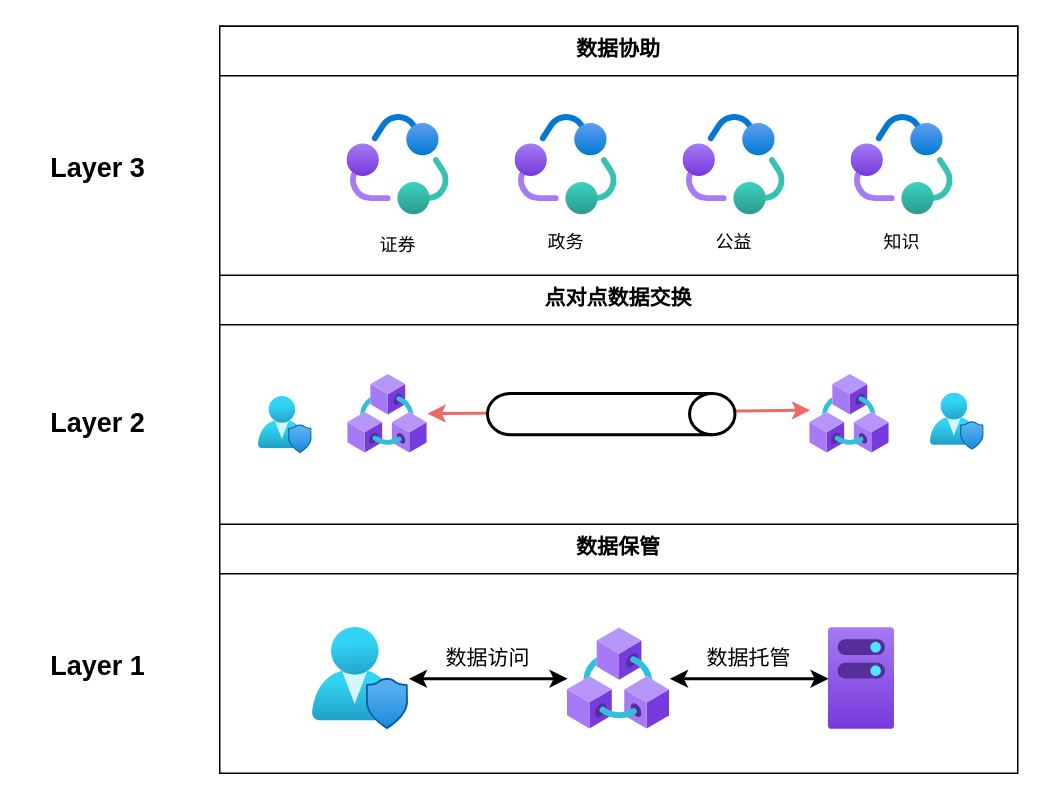
Above: page "分层" (2 of 8) of diagram/zFusion.drawio in bytehubplus/RFC (draw.io), before the change. Source tidied: cells renumbered, new cells numbered last; positions are measured from the earlier drawing's top-left corner, leaving out a move shared by most shapes. Both pictures are drawn from the tidied source at 150%, with x=0, y=0 at pixel (26, 26).
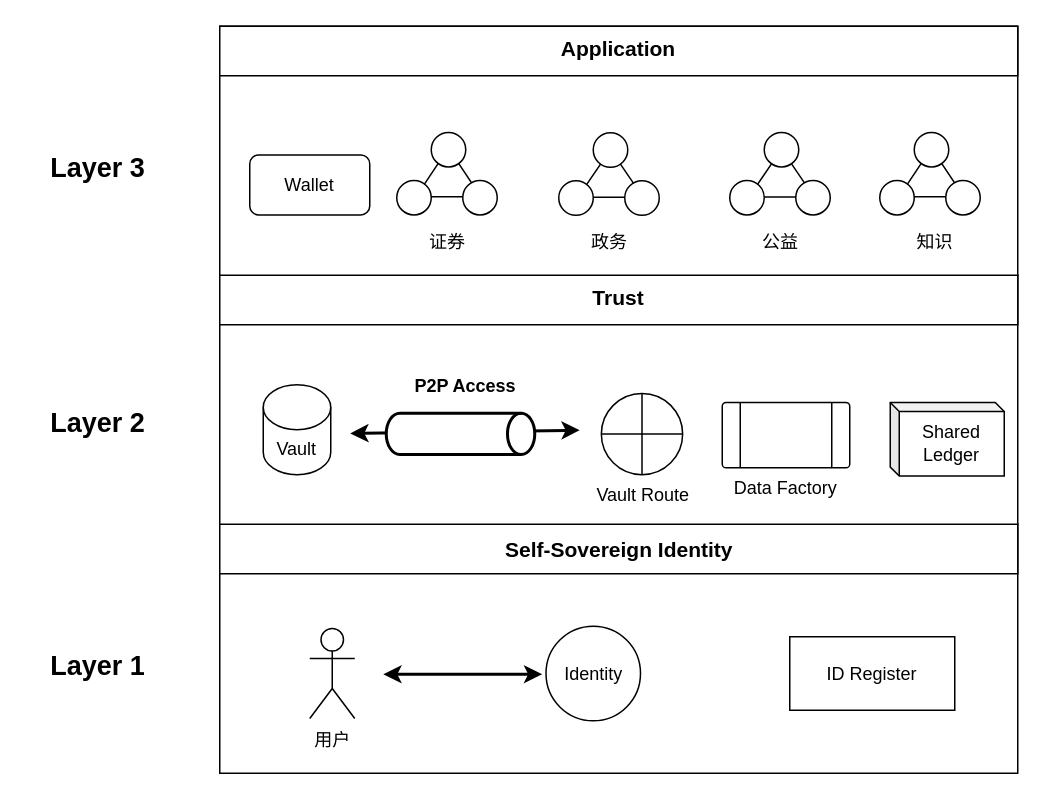
The same page after the edit.

The change refers to these unchanged cells:
```xml
<mxCell id="2" style="group;" parent="1" vertex="1">
  <mxGeometry x="129" y="332" width="532" height="166" as="geometry" />
</mxCell>
<mxCell id="13" style="group;" parent="1" vertex="1">
  <mxGeometry x="129" y="166" width="532" height="166" as="geometry" />
</mxCell>
<mxCell id="23" style="group;" parent="1" vertex="1">
  <mxGeometry x="129" width="532" height="166" as="geometry" />
</mxCell>
```

What changed in the source:
```diff
@@
-    <mxCell id="5" value="数据保管" style="text;html=1;strokeColor=none;fillColor=none;align=center;verticalAlign=middle;whiteSpace=wrap;rounded=0;fontStyle=1;fontSize=14;fontColor=#000000;" parent="2" vertex="1">
-      <mxGeometry x="197" width="138" height="30" as="geometry" />
+    <mxCell id="5" value="Self-Sovereign Identity" style="text;html=1;strokeColor=none;fillColor=none;align=center;verticalAlign=middle;whiteSpace=wrap;rounded=0;fontStyle=1;fontSize=14;fontColor=#000000;" parent="2" vertex="1">
+      <mxGeometry x="163.5" y="1.5" width="205" height="30" as="geometry" />
     </mxCell>
+    <mxCell id="38" value="Identity" style="ellipse;whiteSpace=wrap;html=1;" parent="2" vertex="1">
+      <mxGeometry x="217.5" y="68" width="63" height="63" as="geometry" />
+    </mxCell>
+    <mxCell id="39" value="用户" style="shape=umlActor;verticalLabelPosition=bottom;verticalAlign=top;html=1;" parent="2" vertex="1">
+      <mxGeometry x="60" y="69.5" width="30" height="60" as="geometry" />
+    </mxCell>
+    <mxCell id="40" value="ID Register" style="rounded=0;whiteSpace=wrap;html=1;" parent="2" vertex="1">
+      <mxGeometry x="380" y="75" width="110" height="49" as="geometry" />
+    </mxCell>
-    <mxCell id="6" style="edgeStyle=orthogonalEdgeStyle;rounded=0;jettySize=auto;html=1;strokeWidth=2;fontSize=14;fontColor=#FFFFFF;startArrow=classic;startFill=1;" parent="1" edge="1" source="8" target="9">
-      <mxGeometry relative="1" as="geometry" />
+    <mxCell id="6" style="edgeStyle=orthogonalEdgeStyle;rounded=0;orthogonalLoop=1;jettySize=auto;html=1;strokeWidth=2;fontSize=14;fontColor=#FFFFFF;startArrow=classic;startFill=1;" parent="1" edge="1">
+      <mxGeometry relative="1" as="geometry">
+        <mxPoint x="344" y="432" as="sourcePoint" />
+        <mxPoint x="238" y="432" as="targetPoint" />
+      </mxGeometry>
     </mxCell>
-    <mxCell id="7" style="edgeStyle=orthogonalEdgeStyle;rounded=0;jettySize=auto;html=1;strokeWidth=2;fontSize=14;fontColor=#FFFFFF;startArrow=classic;startFill=1;" parent="1" edge="1" source="8" target="10">
-      <mxGeometry relative="1" as="geometry" />
-    </mxCell>
-    <mxCell id="8" style="html=1;points=[];align=center;image;fontSize=12;image=img/lib/azure2/blockchain/Azure_Blockchain_Service.svg;fontColor=#FFFFFF;" parent="1" vertex="1">
-      <mxGeometry x="361" y="401" width="68" height="68" as="geometry" />
-    </mxCell>
-    <mxCell id="9" style="html=1;points=[];align=center;image;fontSize=12;image=img/lib/azure2/management_governance/User_Privacy.svg;fontColor=#FFFFFF;" parent="1" vertex="1">
-      <mxGeometry x="191" y="401" width="64" height="68" as="geometry" />
-    </mxCell>
-    <mxCell id="10" style="html=1;points=[];align=center;image;fontSize=12;image=img/lib/azure2/management_governance/MachinesAzureArc.svg;fontColor=#FFFFFF;" parent="1" vertex="1">
-      <mxGeometry x="535" y="401" width="44" height="68" as="geometry" />
-    </mxCell>
-    <mxCell id="11" value="数据访问" style="text;html=1;strokeColor=none;fillColor=none;align=center;verticalAlign=middle;whiteSpace=wrap;rounded=0;fontSize=14;fontColor=#000000;" parent="1" vertex="1">
-      <mxGeometry x="278" y="406" width="60" height="30" as="geometry" />
-    </mxCell>
-    <mxCell id="12" value="数据托管" style="text;html=1;strokeColor=none;fillColor=none;align=center;verticalAlign=middle;whiteSpace=wrap;rounded=0;fontSize=14;fontColor=#000000;" parent="1" vertex="1">
-      <mxGeometry x="452" y="406" width="60" height="30" as="geometry" />
-    </mxCell>
@@
-    <mxCell id="16" value="点对点数据交换" style="text;html=1;strokeColor=none;fillColor=none;align=center;verticalAlign=middle;whiteSpace=wrap;rounded=0;fontStyle=1;fontSize=14;fontColor=#000000;" parent="13" vertex="1">
+    <mxCell id="16" value="Trust" style="text;html=1;strokeColor=none;fillColor=none;align=center;verticalAlign=middle;whiteSpace=wrap;rounded=0;fontStyle=1;fontSize=14;fontColor=#000000;" parent="13" vertex="1">
       <mxGeometry x="197" width="138" height="30" as="geometry" />
     </mxCell>
-    <mxCell id="17" style="html=1;points=[];align=center;image;fontSize=12;image=img/lib/azure2/blockchain/Azure_Blockchain_Service.svg;fontColor=#FFFFFF;" parent="13" vertex="1">
-      <mxGeometry x="85.5" y="66" width="53" height="53" as="geometry" />
-    </mxCell>
-    <mxCell id="18" style="html=1;points=[];align=center;image;fontSize=12;image=img/lib/azure2/blockchain/Azure_Blockchain_Service.svg;fontColor=#FFFFFF;" parent="13" vertex="1">
-      <mxGeometry x="393.5" y="66" width="53" height="53" as="geometry" />
-    </mxCell>
+    <mxCell id="41" value="Vault" style="shape=cylinder3;whiteSpace=wrap;html=1;boundedLbl=1;backgroundOutline=1;size=15;" parent="13" vertex="1">
+      <mxGeometry x="29" y="73" width="45" height="60" as="geometry" />
+    </mxCell>
+    <mxCell id="42" value="Shared Ledger" style="shape=cube;whiteSpace=wrap;html=1;boundedLbl=1;backgroundOutline=1;darkOpacity=0.05;darkOpacity2=0.1;size=6;" parent="13" vertex="1">
+      <mxGeometry x="447" y="84.8" width="76" height="49.1" as="geometry" />
+    </mxCell>
+    <mxCell id="43" style="group;" parent="13" vertex="1">
+      <mxGeometry x="87" y="59" width="153" height="60.5" as="geometry" />
+    </mxCell>
+    <mxCell id="44" style="group;" parent="43" vertex="1">
+      <mxGeometry y="33" width="153" height="27.5" as="geometry" />
+    </mxCell>
-    <mxCell id="19" style="endArrow=classic;startArrow=classic;html=1;rounded=0;strokeWidth=2;fontSize=14;fontColor=#000000;entryX=0;entryY=0.453;entryDx=0;entryDy=0;entryPerimeter=0;strokeColor=#EA6B66;" parent="13" edge="1" source="17" target="18">
-      <mxGeometry relative="1" as="geometry" />
+    <mxCell id="19" style="endArrow=classic;startArrow=classic;html=1;rounded=0;strokeWidth=2;fontSize=14;fontColor=#000000;entryX=0;entryY=0.453;entryDx=0;entryDy=0;entryPerimeter=0;strokeColor=#000000;" parent="44" edge="1">
+      <mxGeometry relative="1" as="geometry">
+        <mxPoint y="13.5" as="sourcePoint" />
+        <mxPoint x="153" y="11.3" as="targetPoint" />
+      </mxGeometry>
     </mxCell>
-    <mxCell id="20" style="strokeWidth=2;html=1;shape=mxgraph.flowchart.direct_data;whiteSpace=wrap;fontSize=14;fontColor=#000000;" parent="13" vertex="1">
-      <mxGeometry x="178.5" y="78.8" width="165" height="27.5" as="geometry" />
+    <mxCell id="20" style="strokeWidth=2;html=1;shape=mxgraph.flowchart.direct_data;whiteSpace=wrap;fontSize=14;fontColor=#000000;" parent="44" vertex="1">
+      <mxGeometry x="24" width="99" height="27.5" as="geometry" />
     </mxCell>
-    <mxCell id="21" style="html=1;align=center;image;fontSize=12;image=img/lib/azure2/management_governance/User_Privacy.svg;fontColor=#FFFFFF;" parent="13" vertex="1">
-      <mxGeometry x="26" y="81" width="35.8" height="38" as="geometry" />
-    </mxCell>
-    <mxCell id="22" style="html=1;align=center;image;fontSize=12;image=img/lib/azure2/management_governance/User_Privacy.svg;fontColor=#FFFFFF;" parent="13" vertex="1">
-      <mxGeometry x="474" y="78.8" width="35.8" height="38" as="geometry" />
-    </mxCell>
+    <mxCell id="45" value="P2P Access" style="text;html=1;strokeColor=none;fillColor=none;align=center;verticalAlign=middle;whiteSpace=wrap;rounded=0;fontStyle=1;" parent="43" vertex="1">
+      <mxGeometry x="36.5" width="80" height="30" as="geometry" />
+    </mxCell>
+    <mxCell id="46" value="Data Factory" style="verticalLabelPosition=bottom;verticalAlign=top;html=1;shape=process;whiteSpace=wrap;rounded=1;size=0.14;arcSize=6;" parent="13" vertex="1">
+      <mxGeometry x="335" y="84.8" width="85" height="43.6" as="geometry" />
+    </mxCell>
+    <mxCell id="47" value="Vault Route" style="verticalLabelPosition=bottom;verticalAlign=top;html=1;shape=mxgraph.flowchart.summing_function;" parent="13" vertex="1">
+      <mxGeometry x="254.4" y="78.8" width="54.2" height="54.2" as="geometry" />
+    </mxCell>
@@
-    <mxCell id="26" value="数据协助" style="text;html=1;strokeColor=none;fillColor=none;align=center;verticalAlign=middle;whiteSpace=wrap;rounded=0;fontStyle=1;fontSize=14;fontColor=#000000;" parent="23" vertex="1">
+    <mxCell id="26" value="Application" style="text;html=1;strokeColor=none;fillColor=none;align=center;verticalAlign=middle;whiteSpace=wrap;rounded=0;fontStyle=1;fontSize=14;fontColor=#000000;" parent="23" vertex="1">
       <mxGeometry x="197" width="138" height="30" as="geometry" />
     </mxCell>
-    <mxCell id="27" style="html=1;align=center;image;fontSize=12;image=img/lib/azure2/azure_ecosystem/Collaborative_Service.svg;fontColor=#000000;imageBackground=#FFFFFF;" parent="23" vertex="1">
-      <mxGeometry x="85" y="59" width="68" height="66.8" as="geometry" />
-    </mxCell>
-    <mxCell id="28" style="html=1;align=center;image;fontSize=12;image=img/lib/azure2/azure_ecosystem/Collaborative_Service.svg;fontColor=#000000;" parent="23" vertex="1">
-      <mxGeometry x="421" y="59" width="68" height="66.8" as="geometry" />
-    </mxCell>
-    <mxCell id="29" style="html=1;align=center;image;fontSize=12;image=img/lib/azure2/azure_ecosystem/Collaborative_Service.svg;fontColor=#000000;" parent="23" vertex="1">
-      <mxGeometry x="197" y="59" width="68" height="66.8" as="geometry" />
-    </mxCell>
-    <mxCell id="30" style="html=1;align=center;image;fontSize=12;image=img/lib/azure2/azure_ecosystem/Collaborative_Service.svg;fontColor=#000000;" parent="23" vertex="1">
-      <mxGeometry x="309" y="59" width="68" height="66.8" as="geometry" />
-    </mxCell>
     <mxCell id="31" value="证券" style="text;html=1;strokeColor=none;fillColor=none;align=center;verticalAlign=middle;whiteSpace=wrap;rounded=0;fontSize=12;fontColor=#000000;" parent="23" vertex="1">
-      <mxGeometry x="89" y="131" width="60" height="30" as="geometry" />
+      <mxGeometry x="121.5" y="129" width="60" height="30" as="geometry" />
     </mxCell>
     <mxCell id="32" value="政务" style="text;html=1;strokeColor=none;fillColor=none;align=center;verticalAlign=middle;whiteSpace=wrap;rounded=0;fontSize=12;fontColor=#000000;" parent="23" vertex="1">
-      <mxGeometry x="201" y="129" width="60" height="30" as="geometry" />
+      <mxGeometry x="229.5" y="129" width="60" height="30" as="geometry" />
     </mxCell>
     <mxCell id="33" value="公益" style="text;html=1;strokeColor=none;fillColor=none;align=center;verticalAlign=middle;whiteSpace=wrap;rounded=0;fontSize=12;fontColor=#000000;" parent="23" vertex="1">
-      <mxGeometry x="313" y="129" width="60" height="30" as="geometry" />
+      <mxGeometry x="343.5" y="129" width="60" height="30" as="geometry" />
     </mxCell>
+    <mxCell id="48" style="group;" parent="23" vertex="1">
+      <mxGeometry x="118" y="70.8" width="67" height="55" as="geometry" />
+    </mxCell>
+    <mxCell id="49" style="triangle;whiteSpace=wrap;html=1;fillStyle=solid;rotation=-90;" parent="48" vertex="1">
+      <mxGeometry x="18.2" y="5" width="32.5" height="43.3" as="geometry" />
+    </mxCell>
+    <mxCell id="50" style="group;" parent="48" vertex="1">
+      <mxGeometry width="67" height="55" as="geometry" />
+    </mxCell>
+    <mxCell id="51" style="ellipse;whiteSpace=wrap;html=1;fillStyle=solid;" parent="50" vertex="1">
+      <mxGeometry x="23" width="23" height="23" as="geometry" />
+    </mxCell>
+    <mxCell id="52" style="ellipse;whiteSpace=wrap;html=1;fillStyle=solid;gradientColor=none;" parent="50" vertex="1">
+      <mxGeometry x="44" y="32" width="23" height="23" as="geometry" />
+    </mxCell>
+    <mxCell id="53" style="ellipse;whiteSpace=wrap;html=1;fillStyle=solid;" parent="50" vertex="1">
+      <mxGeometry y="32" width="23" height="23" as="geometry" />
+    </mxCell>
+    <mxCell id="54" style="group;" parent="23" vertex="1">
+      <mxGeometry x="226" y="71" width="67" height="55" as="geometry" />
+    </mxCell>
+    <mxCell id="55" style="triangle;whiteSpace=wrap;html=1;fillStyle=solid;rotation=-90;" parent="54" vertex="1">
+      <mxGeometry x="18.6" y="5.4" width="31.8" height="43.3" as="geometry" />
+    </mxCell>
+    <mxCell id="56" style="ellipse;whiteSpace=wrap;html=1;fillStyle=solid;" parent="54" vertex="1">
+      <mxGeometry x="23" width="23" height="23" as="geometry" />
+    </mxCell>
+    <mxCell id="57" style="ellipse;whiteSpace=wrap;html=1;fillStyle=solid;gradientColor=none;" parent="54" vertex="1">
+      <mxGeometry x="44" y="32" width="23" height="23" as="geometry" />
+    </mxCell>
+    <mxCell id="58" style="ellipse;whiteSpace=wrap;html=1;fillStyle=solid;" parent="54" vertex="1">
+      <mxGeometry y="32" width="23" height="23" as="geometry" />
+    </mxCell>
+    <mxCell id="59" value="Wallet" style="rounded=1;whiteSpace=wrap;html=1;" parent="23" vertex="1">
+      <mxGeometry x="20" y="85.8" width="80" height="40" as="geometry" />
+    </mxCell>
+    <mxCell id="60" style="group;" parent="23" vertex="1">
+      <mxGeometry x="440" y="70.8" width="67" height="55" as="geometry" />
+    </mxCell>
+    <mxCell id="61" style="triangle;whiteSpace=wrap;html=1;fillStyle=solid;rotation=-90;" parent="60" vertex="1">
+      <mxGeometry x="18.2" y="5" width="32.5" height="43.3" as="geometry" />
+    </mxCell>
+    <mxCell id="62" style="ellipse;whiteSpace=wrap;html=1;fillStyle=solid;" parent="60" vertex="1">
+      <mxGeometry x="23" width="23" height="23" as="geometry" />
+    </mxCell>
+    <mxCell id="63" style="ellipse;whiteSpace=wrap;html=1;fillStyle=solid;gradientColor=none;" parent="60" vertex="1">
+      <mxGeometry x="44" y="32" width="23" height="23" as="geometry" />
+    </mxCell>
+    <mxCell id="64" style="ellipse;whiteSpace=wrap;html=1;fillStyle=solid;" parent="60" vertex="1">
+      <mxGeometry y="32" width="23" height="23" as="geometry" />
+    </mxCell>
+    <mxCell id="65" style="group;" parent="23" vertex="1">
+      <mxGeometry x="340" y="70.8" width="67" height="55" as="geometry" />
+    </mxCell>
+    <mxCell id="66" style="triangle;whiteSpace=wrap;html=1;fillStyle=solid;rotation=-90;" parent="65" vertex="1">
+      <mxGeometry x="18.6" y="5.4" width="31.8" height="43.3" as="geometry" />
+    </mxCell>
+    <mxCell id="67" style="ellipse;whiteSpace=wrap;html=1;fillStyle=solid;" parent="65" vertex="1">
+      <mxGeometry x="23" width="23" height="23" as="geometry" />
+    </mxCell>
+    <mxCell id="68" style="ellipse;whiteSpace=wrap;html=1;fillStyle=solid;gradientColor=none;" parent="65" vertex="1">
+      <mxGeometry x="44" y="32" width="23" height="23" as="geometry" />
+    </mxCell>
+    <mxCell id="69" style="ellipse;whiteSpace=wrap;html=1;fillStyle=solid;" parent="65" vertex="1">
+      <mxGeometry y="32" width="23" height="23" as="geometry" />
+    </mxCell>
     <mxCell id="34" value="知识" style="text;html=1;strokeColor=none;fillColor=none;align=center;verticalAlign=middle;whiteSpace=wrap;rounded=0;fontSize=12;fontColor=#000000;" parent="23" vertex="1">
-      <mxGeometry x="425" y="129" width="60" height="30" as="geometry" />
+      <mxGeometry x="447" y="129" width="60" height="30" as="geometry" />
     </mxCell>
```
